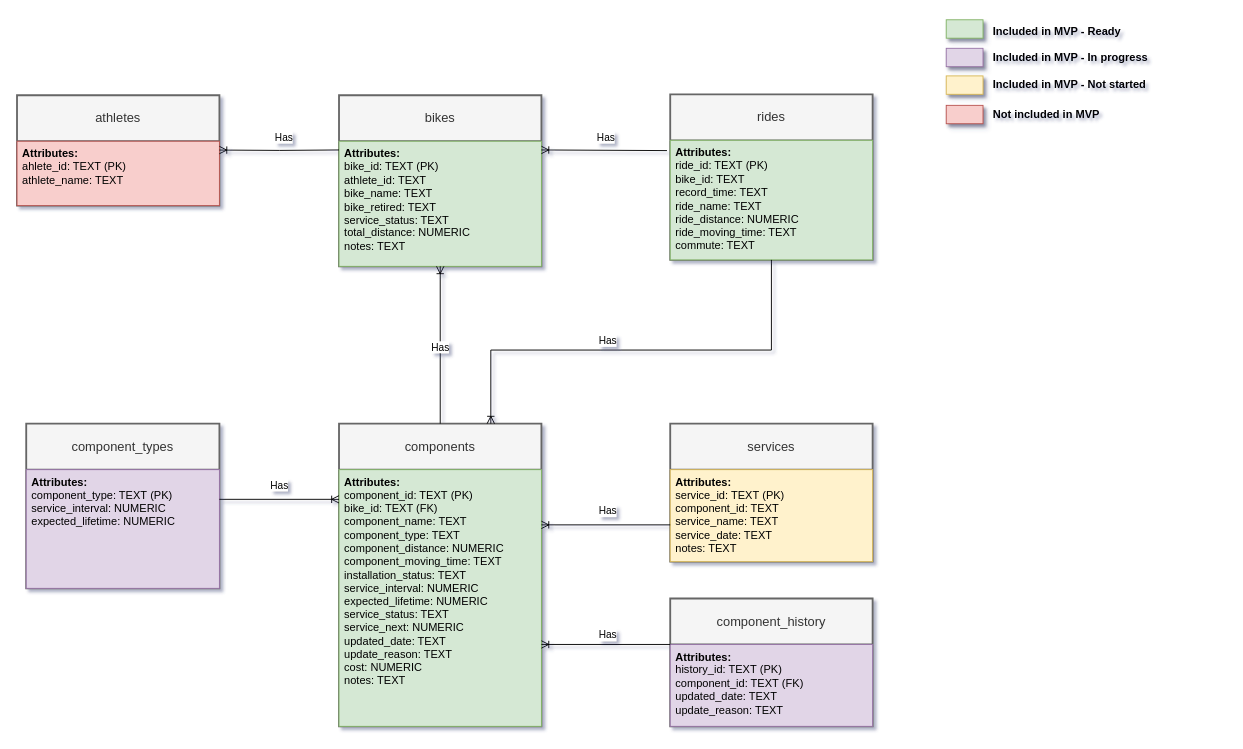
xivind/velo-supervisor-2000 keeps this draw.io diagram as page "Database structure" (4 of 6) of docs/all_diagrams.drawio. Above is the earlier version. Source tidied: cells renumbered, new cells numbered last; positions are measured from the earlier drawing's top-left corner, leaving out a move shared by most shapes. Both pictures are drawn from the tidied source at 92%, with x=0, y=0 at pixel (17, 17).
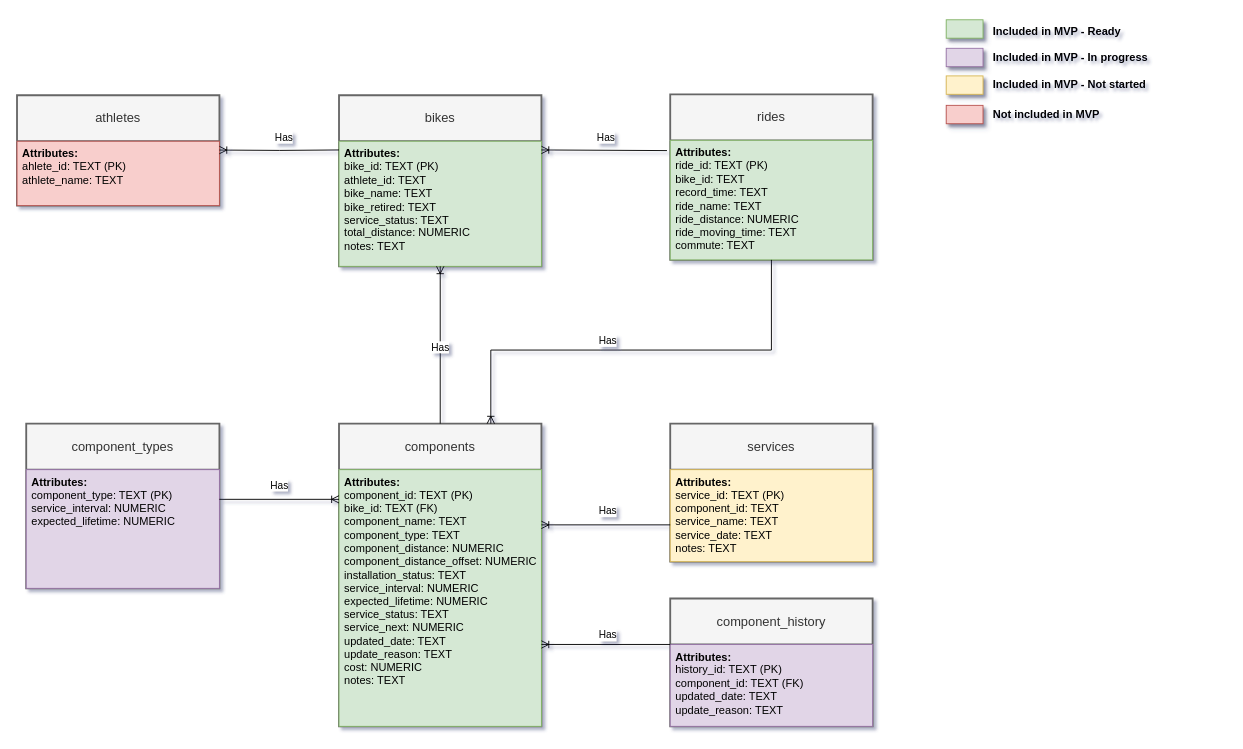
The same diagram, later.

The change refers to these unchanged cells:
```xml
<mxCell id="8" value="components" style="swimlane;horizontal=1;startSize=50;rounded=0;fontSize=14;fontStyle=0;strokeWidth=2;shadow=0;dashed=0;align=center;arcSize=0;whiteSpace=wrap;html=1;fillColor=#f5f5f5;strokeColor=#666666;fontColor=#333333;" parent="1" vertex="1">
  <mxGeometry x="350" y="441" width="220" height="329" as="geometry" />
</mxCell>
```

Change to the diagram source:
```diff
@@
-    <mxCell id="9" value="&lt;div&gt;&lt;span style=&quot;background-color: initial;&quot;&gt;&lt;b&gt;Attributes:&lt;/b&gt;&lt;/span&gt;&lt;/div&gt;&lt;div&gt;&lt;span style=&quot;background-color: initial;&quot;&gt;component_id&lt;/span&gt;&lt;span style=&quot;background-color: initial;&quot;&gt;: TEXT&lt;/span&gt;&lt;span style=&quot;background-color: initial;&quot;&gt;&amp;nbsp;(PK)&lt;/span&gt;&lt;/div&gt;&lt;div&gt;bike_id&lt;span style=&quot;background-color: initial;&quot;&gt;: TEXT (FK)&lt;/span&gt;&lt;/div&gt;component_name: TEXT&lt;div&gt;component_type&lt;span style=&quot;background-color: initial;&quot;&gt;: TEXT&lt;/span&gt;&lt;/div&gt;&lt;div&gt;component_distance&lt;span style=&quot;background-color: initial;&quot;&gt;: NUMERIC&lt;/span&gt;&lt;br&gt;&lt;/div&gt;&lt;div&gt;component_moving_time&lt;span style=&quot;background-color: initial;&quot;&gt;: TEXT&lt;/span&gt;&lt;br&gt;&lt;/div&gt;&lt;div&gt;installation_status&lt;span style=&quot;background-color: initial;&quot;&gt;: TEXT&lt;/span&gt;&lt;/div&gt;&lt;div&gt;service_interval&lt;span style=&quot;background-color: initial;&quot;&gt;: NUMERIC&lt;/span&gt;&lt;/div&gt;&lt;div&gt;expected_lifetime&lt;span style=&quot;background-color: initial;&quot;&gt;: NUMERIC&lt;/span&gt;&lt;/div&gt;&lt;div&gt;service_status&lt;span style=&quot;background-color: initial;&quot;&gt;: TEXT&lt;/span&gt;&lt;/div&gt;&lt;div&gt;service_next&lt;span style=&quot;background-color: initial;&quot;&gt;: NUMERIC&lt;/span&gt;&lt;/div&gt;&lt;div&gt;&lt;span style=&quot;background-color: initial;&quot;&gt;updated_d&lt;/span&gt;&lt;span style=&quot;background-color: initial;&quot;&gt;ate&lt;/span&gt;&lt;span style=&quot;background-color: initial;&quot;&gt;: TEXT&lt;/span&gt;&lt;br&gt;&lt;/div&gt;&lt;div&gt;update_reason&lt;span style=&quot;background-color: initial;&quot;&gt;: TEXT&lt;/span&gt;&lt;/div&gt;&lt;div&gt;cost&lt;span style=&quot;background-color: initial;&quot;&gt;: NUMERIC&lt;/span&gt;&lt;/div&gt;&lt;div&gt;notes&lt;span style=&quot;background-color: initial;&quot;&gt;: TEXT&lt;/span&gt;&lt;/div&gt;" style="align=left;spacingLeft=4;fontSize=12;verticalAlign=top;html=1;rounded=0;fillColor=#d5e8d4;strokeColor=#82b366;" parent="8" vertex="1">
+    <mxCell id="9" value="&lt;div&gt;&lt;span style=&quot;background-color: initial;&quot;&gt;&lt;b&gt;Attributes:&lt;/b&gt;&lt;/span&gt;&lt;/div&gt;&lt;div&gt;&lt;span style=&quot;background-color: initial;&quot;&gt;component_id&lt;/span&gt;&lt;span style=&quot;background-color: initial;&quot;&gt;: TEXT&lt;/span&gt;&lt;span style=&quot;background-color: initial;&quot;&gt;&amp;nbsp;(PK)&lt;/span&gt;&lt;/div&gt;&lt;div&gt;bike_id&lt;span style=&quot;background-color: initial;&quot;&gt;: TEXT (FK)&lt;/span&gt;&lt;/div&gt;component_name: TEXT&lt;div&gt;component_type&lt;span style=&quot;background-color: initial;&quot;&gt;: TEXT&lt;/span&gt;&lt;/div&gt;&lt;div&gt;component_distance&lt;span style=&quot;background-color: initial;&quot;&gt;: NUMERIC&lt;/span&gt;&lt;br&gt;&lt;/div&gt;&lt;div&gt;component_distance_offset&lt;span style=&quot;background-color: initial;&quot;&gt;: NUMERIC&lt;/span&gt;&lt;br&gt;&lt;/div&gt;&lt;div&gt;installation_status&lt;span style=&quot;background-color: initial;&quot;&gt;: TEXT&lt;/span&gt;&lt;/div&gt;&lt;div&gt;service_interval&lt;span style=&quot;background-color: initial;&quot;&gt;: NUMERIC&lt;/span&gt;&lt;/div&gt;&lt;div&gt;expected_lifetime&lt;span style=&quot;background-color: initial;&quot;&gt;: NUMERIC&lt;/span&gt;&lt;/div&gt;&lt;div&gt;service_status&lt;span style=&quot;background-color: initial;&quot;&gt;: TEXT&lt;/span&gt;&lt;/div&gt;&lt;div&gt;service_next&lt;span style=&quot;background-color: initial;&quot;&gt;: NUMERIC&lt;/span&gt;&lt;/div&gt;&lt;div&gt;&lt;span style=&quot;background-color: initial;&quot;&gt;updated_d&lt;/span&gt;&lt;span style=&quot;background-color: initial;&quot;&gt;ate&lt;/span&gt;&lt;span style=&quot;background-color: initial;&quot;&gt;: TEXT&lt;/span&gt;&lt;br&gt;&lt;/div&gt;&lt;div&gt;update_reason&lt;span style=&quot;background-color: initial;&quot;&gt;: TEXT&lt;/span&gt;&lt;/div&gt;&lt;div&gt;cost&lt;span style=&quot;background-color: initial;&quot;&gt;: NUMERIC&lt;/span&gt;&lt;/div&gt;&lt;div&gt;notes&lt;span style=&quot;background-color: initial;&quot;&gt;: TEXT&lt;/span&gt;&lt;/div&gt;" style="align=left;spacingLeft=4;fontSize=12;verticalAlign=top;html=1;rounded=0;fillColor=#d5e8d4;strokeColor=#82b366;" parent="8" vertex="1">
       <mxGeometry y="50" width="220" height="279" as="geometry" />
     </mxCell>
```
